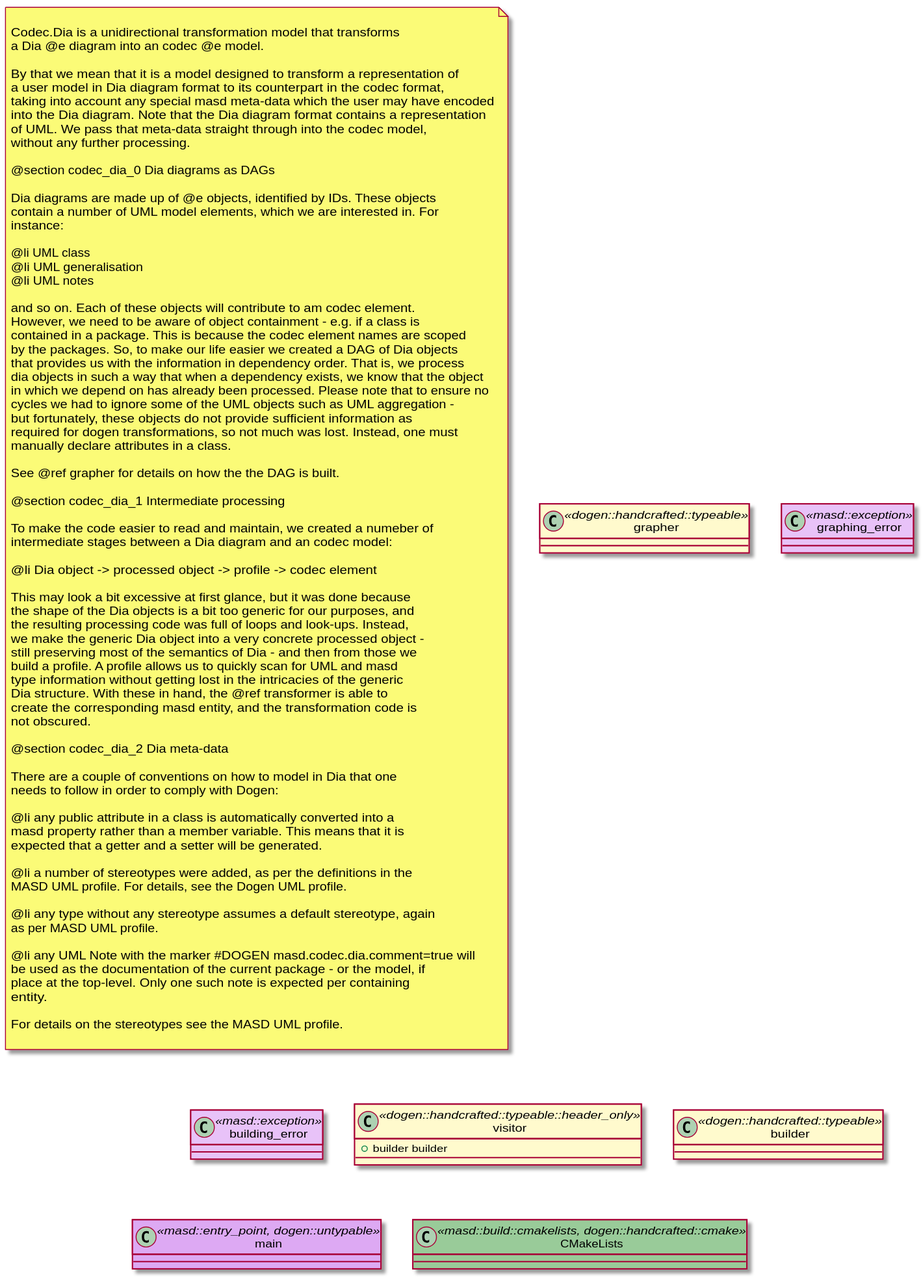
Before: projects/dogen.models/plantuml/dogen.codec.dia.svg, a diagram exported from PlantUML (MASD-Project/dogen).
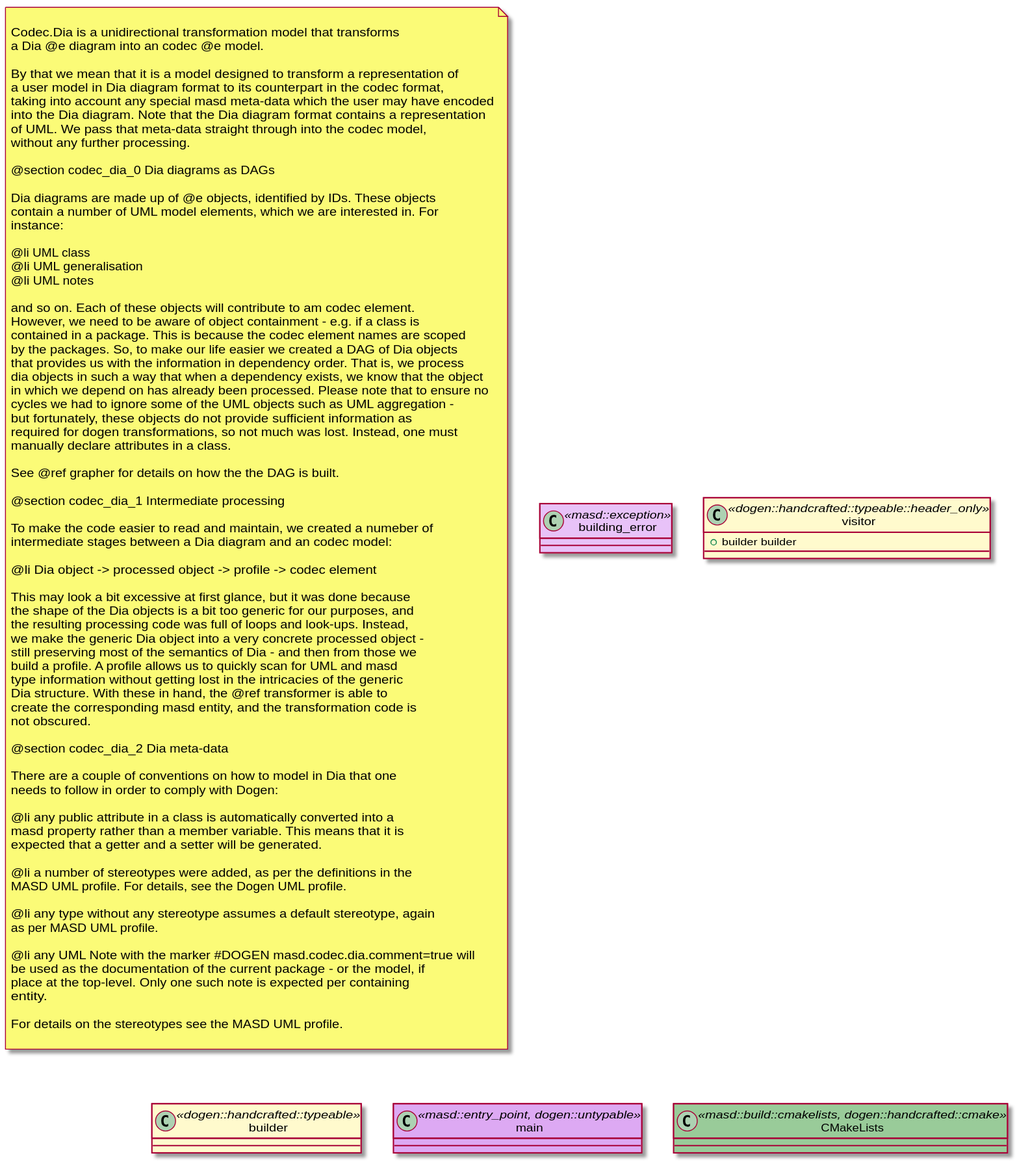
Later version of the same file.

Commit message:
codec.dia: remove grapher and associated code

Diff of the diagram source:
```diff
@@ -78,12 +78,6 @@
 
 end note
 
-class grapher <<dogen::handcrafted::typeable>> #FFFACD {
-}
-
-class graphing_error <<masd::exception>> #E8C2F8 {
-}
-
 class building_error <<masd::exception>> #E8C2F8 {
 }
 
```
